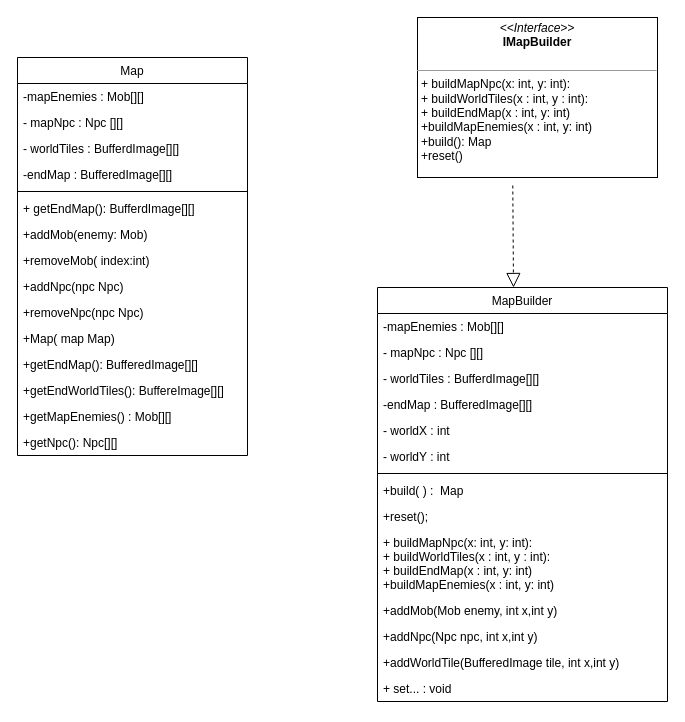
Earlier version of the draw.io diagram log/diagrams/UML/Alessia/Map.drawio (weiss25r/Progetto-ISS-2022-2023). Source tidied: cells renumbered, new cells numbered last; positions are measured from the earlier drawing's top-left corner, leaving out a move shared by most shapes. Both pictures are drawn from the tidied source at 100%, with x=0, y=0 at pixel (17, 17).
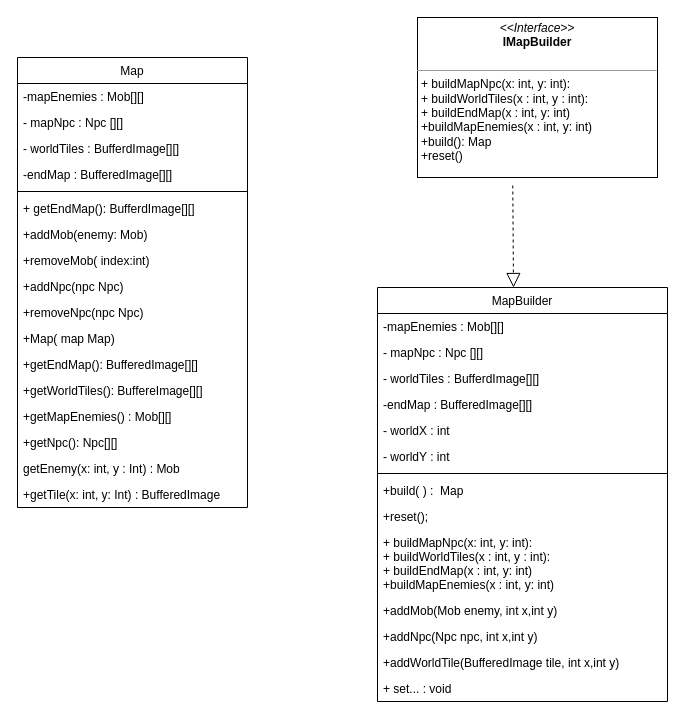
After the change.

Commit message (it also covers changes not shown here):
Aggiornamenti Map

Diff of the diagram source:
```diff
@@
     <mxCell id="2" value="Map" style="swimlane;fontStyle=0;horizontal=1;startSize=26;fillColor=none;" parent="1" vertex="1">
-      <mxGeometry y="40" width="230" height="398" as="geometry" />
+      <mxGeometry y="40" width="230" height="450" as="geometry" />
     </mxCell>
@@
-    <mxCell id="15" value="+getEndWorldTiles(): BuffereImage[][]" style="text;strokeColor=none;fillColor=none;align=left;verticalAlign=top;spacingLeft=4;spacingRight=4;overflow=hidden;" parent="2" vertex="1">
+    <mxCell id="15" value="+getWorldTiles(): BuffereImage[][]" style="text;strokeColor=none;fillColor=none;align=left;verticalAlign=top;spacingLeft=4;spacingRight=4;overflow=hidden;" parent="2" vertex="1">
       <mxGeometry y="320" width="230" height="26" as="geometry" />
     </mxCell>
@@
+    <mxCell id="35" value="getEnemy(x: int, y : Int) : Mob" style="text;strokeColor=none;fillColor=none;align=left;verticalAlign=top;spacingLeft=4;spacingRight=4;overflow=hidden;" parent="2" vertex="1">
+      <mxGeometry y="398" width="230" height="26" as="geometry" />
+    </mxCell>
+    <mxCell id="36" value="+getTile(x: int, y: Int) : BufferedImage " style="text;strokeColor=none;fillColor=none;align=left;verticalAlign=top;spacingLeft=4;spacingRight=4;overflow=hidden;" parent="2" vertex="1">
+      <mxGeometry y="424" width="230" height="26" as="geometry" />
+    </mxCell>
```
